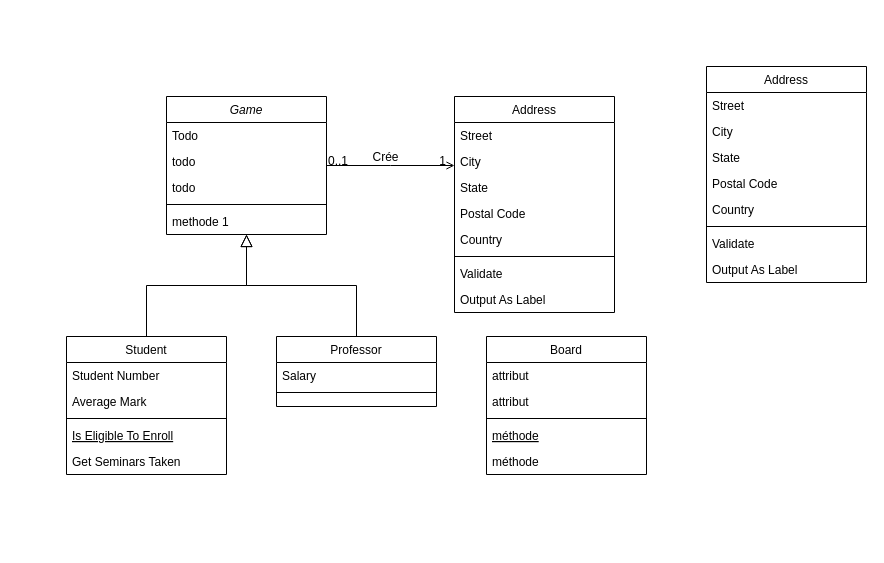
The draw.io diagram Space-game.drawio in SolennPenarroya/Space-game-project, before the edit. Source tidied: cells renumbered, new cells numbered last; positions are measured from the earlier drawing's top-left corner, leaving out a move shared by most shapes. Both pictures are drawn from the tidied source at 100%, with x=0, y=0 at pixel (66, 66).
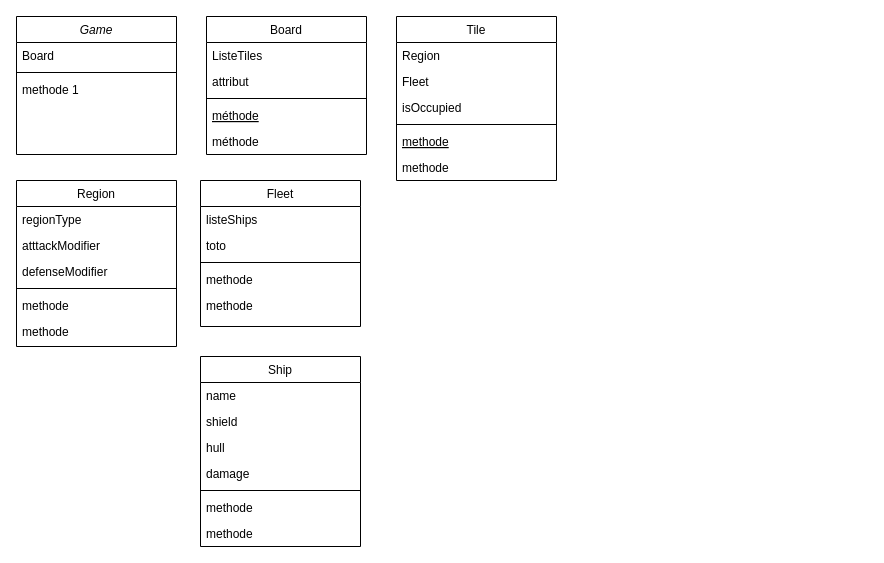
After the change.

Commit message (it also covers changes not shown here):
Mettre à jour Space-game.drawio

What changed in the source:
```diff
@@
     <mxCell id="2" value="Game" style="swimlane;fontStyle=2;align=center;verticalAlign=top;horizontal=1;startSize=26;rounded=0;shadow=0;strokeWidth=1;" parent="1" vertex="1">
-      <mxGeometry x="100" y="30" width="160" height="138" as="geometry" />
+      <mxGeometry x="-50" y="-50" width="160" height="138" as="geometry" />
     </mxCell>
-    <mxCell id="3" value="Todo" style="text;align=left;verticalAlign=top;spacingLeft=4;spacingRight=4;overflow=hidden;" parent="2" vertex="1">
+    <mxCell id="3" value="Board" style="text;align=left;verticalAlign=top;spacingLeft=4;spacingRight=4;overflow=hidden;" parent="2" vertex="1">
       <mxGeometry y="26" width="160" height="26" as="geometry" />
     </mxCell>
-    <mxCell id="4" value="todo" style="text;align=left;verticalAlign=top;spacingLeft=4;spacingRight=4;overflow=hidden;rounded=0;shadow=0;html=0;" parent="2" vertex="1">
-      <mxGeometry y="52" width="160" height="26" as="geometry" />
-    </mxCell>
-    <mxCell id="5" value="todo" style="text;align=left;verticalAlign=top;spacingLeft=4;spacingRight=4;overflow=hidden;rounded=0;shadow=0;html=0;" parent="2" vertex="1">
-      <mxGeometry y="78" width="160" height="26" as="geometry" />
-    </mxCell>
     <mxCell id="6" style="line;html=1;strokeWidth=1;align=left;verticalAlign=middle;spacingTop=-1;spacingLeft=3;spacingRight=3;labelPosition=right;" parent="2" vertex="1">
-      <mxGeometry y="104" width="160" height="8" as="geometry" />
+      <mxGeometry y="52" width="160" height="8" as="geometry" />
     </mxCell>
     <mxCell id="7" value="methode 1" style="text;align=left;verticalAlign=top;spacingLeft=4;spacingRight=4;overflow=hidden;" parent="2" vertex="1">
-      <mxGeometry y="112" width="160" height="26" as="geometry" />
+      <mxGeometry y="60" width="160" height="26" as="geometry" />
     </mxCell>
-    <mxCell id="8" value="Student" style="swimlane;fontStyle=0;align=center;verticalAlign=top;horizontal=1;startSize=26;rounded=0;shadow=0;strokeWidth=1;" parent="1" vertex="1">
-      <mxGeometry y="270" width="160" height="138" as="geometry" />
+    <mxCell id="8" value="Tile" style="swimlane;fontStyle=0;align=center;verticalAlign=top;horizontal=1;startSize=26;rounded=0;shadow=0;strokeWidth=1;" parent="1" vertex="1">
+      <mxGeometry x="330" y="-50" width="160" height="164" as="geometry" />
     </mxCell>
-    <mxCell id="9" value="Student Number" style="text;align=left;verticalAlign=top;spacingLeft=4;spacingRight=4;overflow=hidden;" parent="8" vertex="1">
+    <mxCell id="9" value="Region" style="text;align=left;verticalAlign=top;spacingLeft=4;spacingRight=4;overflow=hidden;" parent="8" vertex="1">
       <mxGeometry y="26" width="160" height="26" as="geometry" />
     </mxCell>
-    <mxCell id="10" value="Average Mark" style="text;align=left;verticalAlign=top;spacingLeft=4;spacingRight=4;overflow=hidden;rounded=0;shadow=0;html=0;" parent="8" vertex="1">
+    <mxCell id="10" value="Fleet" style="text;align=left;verticalAlign=top;spacingLeft=4;spacingRight=4;overflow=hidden;rounded=0;shadow=0;html=0;" parent="8" vertex="1">
       <mxGeometry y="52" width="160" height="26" as="geometry" />
     </mxCell>
+    <mxCell id="47" value="isOccupied" style="text;align=left;verticalAlign=top;spacingLeft=4;spacingRight=4;overflow=hidden;rounded=0;shadow=0;html=0;" parent="8" vertex="1">
+      <mxGeometry y="78" width="160" height="26" as="geometry" />
+    </mxCell>
     <mxCell id="11" style="line;html=1;strokeWidth=1;align=left;verticalAlign=middle;spacingTop=-1;spacingLeft=3;spacingRight=3;labelPosition=right;" parent="8" vertex="1">
-      <mxGeometry y="78" width="160" height="8" as="geometry" />
+      <mxGeometry y="104" width="160" height="8" as="geometry" />
     </mxCell>
-    <mxCell id="12" value="Is Eligible To Enroll" style="text;align=left;verticalAlign=top;spacingLeft=4;spacingRight=4;overflow=hidden;fontStyle=4;" parent="8" vertex="1">
-      <mxGeometry y="86" width="160" height="26" as="geometry" />
+    <mxCell id="12" value="methode" style="text;align=left;verticalAlign=top;spacingLeft=4;spacingRight=4;overflow=hidden;fontStyle=4;" parent="8" vertex="1">
+      <mxGeometry y="112" width="160" height="26" as="geometry" />
     </mxCell>
-    <mxCell id="13" value="Get Seminars Taken" style="text;align=left;verticalAlign=top;spacingLeft=4;spacingRight=4;overflow=hidden;" parent="8" vertex="1">
-      <mxGeometry y="112" width="160" height="26" as="geometry" />
+    <mxCell id="13" value="methode" style="text;align=left;verticalAlign=top;spacingLeft=4;spacingRight=4;overflow=hidden;" parent="8" vertex="1">
+      <mxGeometry y="138" width="160" height="26" as="geometry" />
     </mxCell>
-    <mxCell id="14" style="endArrow=block;endSize=10;endFill=0;shadow=0;strokeWidth=1;rounded=0;curved=0;edgeStyle=elbowEdgeStyle;elbow=vertical;" parent="1" edge="1" source="8" target="2">
-      <mxGeometry relative="1" as="geometry" />
-    </mxCell>
-    <mxCell id="15" value="Professor" style="swimlane;fontStyle=0;align=center;verticalAlign=top;horizontal=1;startSize=26;rounded=0;shadow=0;strokeWidth=1;" parent="1" vertex="1">
-      <mxGeometry x="210" y="270" width="160" height="70" as="geometry" />
-    </mxCell>
-    <mxCell id="16" value="Salary" style="text;align=left;verticalAlign=top;spacingLeft=4;spacingRight=4;overflow=hidden;" parent="15" vertex="1">
-      <mxGeometry y="26" width="160" height="26" as="geometry" />
-    </mxCell>
-    <mxCell id="17" style="line;html=1;strokeWidth=1;align=left;verticalAlign=middle;spacingTop=-1;spacingLeft=3;spacingRight=3;labelPosition=right;" parent="15" vertex="1">
-      <mxGeometry y="52" width="160" height="8" as="geometry" />
-    </mxCell>
-    <mxCell id="18" style="endArrow=block;endSize=10;endFill=0;shadow=0;strokeWidth=1;rounded=0;curved=0;edgeStyle=elbowEdgeStyle;elbow=vertical;" parent="1" edge="1" source="15" target="2">
-      <mxGeometry relative="1" as="geometry" />
-    </mxCell>
-    <mxCell id="19" value="Address" style="swimlane;fontStyle=0;align=center;verticalAlign=top;horizontal=1;startSize=26;rounded=0;shadow=0;strokeWidth=1;" parent="1" vertex="1">
-      <mxGeometry x="388" y="30" width="160" height="216" as="geometry" />
+    <mxCell id="19" value="Fleet" style="swimlane;fontStyle=0;align=center;verticalAlign=top;horizontal=1;startSize=26;rounded=0;shadow=0;strokeWidth=1;" parent="1" vertex="1">
+      <mxGeometry x="134" y="114" width="160" height="146" as="geometry" />
     </mxCell>
-    <mxCell id="20" value="Street" style="text;align=left;verticalAlign=top;spacingLeft=4;spacingRight=4;overflow=hidden;" parent="19" vertex="1">
+    <mxCell id="20" value="listeShips" style="text;align=left;verticalAlign=top;spacingLeft=4;spacingRight=4;overflow=hidden;" parent="19" vertex="1">
       <mxGeometry y="26" width="160" height="26" as="geometry" />
     </mxCell>
-    <mxCell id="21" value="City" style="text;align=left;verticalAlign=top;spacingLeft=4;spacingRight=4;overflow=hidden;rounded=0;shadow=0;html=0;" parent="19" vertex="1">
+    <mxCell id="21" value="toto" style="text;align=left;verticalAlign=top;spacingLeft=4;spacingRight=4;overflow=hidden;rounded=0;shadow=0;html=0;" parent="19" vertex="1">
       <mxGeometry y="52" width="160" height="26" as="geometry" />
     </mxCell>
-    <mxCell id="22" value="State" style="text;align=left;verticalAlign=top;spacingLeft=4;spacingRight=4;overflow=hidden;rounded=0;shadow=0;html=0;" parent="19" vertex="1">
-      <mxGeometry y="78" width="160" height="26" as="geometry" />
-    </mxCell>
-    <mxCell id="23" value="Postal Code" style="text;align=left;verticalAlign=top;spacingLeft=4;spacingRight=4;overflow=hidden;rounded=0;shadow=0;html=0;" parent="19" vertex="1">
-      <mxGeometry y="104" width="160" height="26" as="geometry" />
-    </mxCell>
-    <mxCell id="24" value="Country" style="text;align=left;verticalAlign=top;spacingLeft=4;spacingRight=4;overflow=hidden;rounded=0;shadow=0;html=0;" parent="19" vertex="1">
-      <mxGeometry y="130" width="160" height="26" as="geometry" />
-    </mxCell>
     <mxCell id="25" style="line;html=1;strokeWidth=1;align=left;verticalAlign=middle;spacingTop=-1;spacingLeft=3;spacingRight=3;labelPosition=right;" parent="19" vertex="1">
-      <mxGeometry y="156" width="160" height="8" as="geometry" />
+      <mxGeometry y="78" width="160" height="8" as="geometry" />
     </mxCell>
-    <mxCell id="26" value="Validate" style="text;align=left;verticalAlign=top;spacingLeft=4;spacingRight=4;overflow=hidden;" parent="19" vertex="1">
-      <mxGeometry y="164" width="160" height="26" as="geometry" />
+    <mxCell id="26" value="methode" style="text;align=left;verticalAlign=top;spacingLeft=4;spacingRight=4;overflow=hidden;" parent="19" vertex="1">
+      <mxGeometry y="86" width="160" height="26" as="geometry" />
     </mxCell>
-    <mxCell id="27" value="Output As Label" style="text;align=left;verticalAlign=top;spacingLeft=4;spacingRight=4;overflow=hidden;" parent="19" vertex="1">
-      <mxGeometry y="190" width="160" height="26" as="geometry" />
+    <mxCell id="27" value="methode" style="text;align=left;verticalAlign=top;spacingLeft=4;spacingRight=4;overflow=hidden;" parent="19" vertex="1">
+      <mxGeometry y="112" width="160" height="26" as="geometry" />
     </mxCell>
-    <mxCell id="28" style="endArrow=open;shadow=0;strokeWidth=1;rounded=0;curved=0;endFill=1;edgeStyle=elbowEdgeStyle;elbow=vertical;" parent="1" edge="1" source="2" target="19">
-      <mxGeometry x="0.5" y="41" relative="1" as="geometry">
-        <mxPoint x="-40" y="32" as="offset" />
-      </mxGeometry>
-    </mxCell>
-    <mxCell id="29" value="0..1" style="align=left;verticalAlign=bottom;labelBackgroundColor=none;fontSize=12;" parent="28" vertex="1">
-      <mxGeometry x="-1" relative="1" as="geometry">
-        <mxPoint y="4" as="offset" />
-      </mxGeometry>
-    </mxCell>
-    <mxCell id="30" value="1" style="align=right;verticalAlign=bottom;labelBackgroundColor=none;fontSize=12;" parent="28" vertex="1">
-      <mxGeometry x="1" relative="1" as="geometry">
-        <mxPoint x="-7" y="4" as="offset" />
-      </mxGeometry>
-    </mxCell>
-    <mxCell id="31" value="Crée" style="text;html=1;align=center;verticalAlign=middle;labelBackgroundColor=none;rounded=0;shadow=0;strokeWidth=1;fontSize=12;" parent="28" vertex="1">
-      <mxGeometry x="0.5" y="49" relative="1" as="geometry">
-        <mxPoint x="-38" y="40" as="offset" />
-      </mxGeometry>
-    </mxCell>
     <mxCell id="32" value="Board" style="swimlane;fontStyle=0;align=center;verticalAlign=top;horizontal=1;startSize=26;rounded=0;shadow=0;strokeWidth=1;" parent="1" vertex="1">
-      <mxGeometry x="420" y="270" width="160" height="138" as="geometry" />
+      <mxGeometry x="140" y="-50" width="160" height="138" as="geometry" />
     </mxCell>
-    <mxCell id="33" value="attribut" style="text;align=left;verticalAlign=top;spacingLeft=4;spacingRight=4;overflow=hidden;" parent="32" vertex="1">
+    <mxCell id="33" value="ListeTiles" style="text;align=left;verticalAlign=top;spacingLeft=4;spacingRight=4;overflow=hidden;" parent="32" vertex="1">
       <mxGeometry y="26" width="160" height="26" as="geometry" />
     </mxCell>
@@
-    <mxCell id="38" value="Address" style="swimlane;fontStyle=0;align=center;verticalAlign=top;horizontal=1;startSize=26;rounded=0;shadow=0;strokeWidth=1;" parent="1" vertex="1">
-      <mxGeometry x="640" width="160" height="216" as="geometry" />
+    <mxCell id="38" value="Region" style="swimlane;fontStyle=0;align=center;verticalAlign=top;horizontal=1;startSize=26;rounded=0;shadow=0;strokeWidth=1;" parent="1" vertex="1">
+      <mxGeometry x="-50" y="114" width="160" height="166" as="geometry" />
     </mxCell>
-    <mxCell id="39" value="Street" style="text;align=left;verticalAlign=top;spacingLeft=4;spacingRight=4;overflow=hidden;" parent="38" vertex="1">
+    <mxCell id="39" value="regionType" style="text;align=left;verticalAlign=top;spacingLeft=4;spacingRight=4;overflow=hidden;" parent="38" vertex="1">
       <mxGeometry y="26" width="160" height="26" as="geometry" />
     </mxCell>
-    <mxCell id="40" value="City" style="text;align=left;verticalAlign=top;spacingLeft=4;spacingRight=4;overflow=hidden;rounded=0;shadow=0;html=0;" parent="38" vertex="1">
+    <mxCell id="40" value="atttackModifier" style="text;align=left;verticalAlign=top;spacingLeft=4;spacingRight=4;overflow=hidden;rounded=0;shadow=0;html=0;" parent="38" vertex="1">
       <mxGeometry y="52" width="160" height="26" as="geometry" />
     </mxCell>
-    <mxCell id="41" value="State" style="text;align=left;verticalAlign=top;spacingLeft=4;spacingRight=4;overflow=hidden;rounded=0;shadow=0;html=0;" parent="38" vertex="1">
+    <mxCell id="41" value="defenseModifier" style="text;align=left;verticalAlign=top;spacingLeft=4;spacingRight=4;overflow=hidden;rounded=0;shadow=0;html=0;" parent="38" vertex="1">
       <mxGeometry y="78" width="160" height="26" as="geometry" />
     </mxCell>
-    <mxCell id="42" value="Postal Code" style="text;align=left;verticalAlign=top;spacingLeft=4;spacingRight=4;overflow=hidden;rounded=0;shadow=0;html=0;" parent="38" vertex="1">
-      <mxGeometry y="104" width="160" height="26" as="geometry" />
-    </mxCell>
-    <mxCell id="43" value="Country" style="text;align=left;verticalAlign=top;spacingLeft=4;spacingRight=4;overflow=hidden;rounded=0;shadow=0;html=0;" parent="38" vertex="1">
-      <mxGeometry y="130" width="160" height="26" as="geometry" />
-    </mxCell>
     <mxCell id="44" style="line;html=1;strokeWidth=1;align=left;verticalAlign=middle;spacingTop=-1;spacingLeft=3;spacingRight=3;labelPosition=right;" parent="38" vertex="1">
-      <mxGeometry y="156" width="160" height="8" as="geometry" />
+      <mxGeometry y="104" width="160" height="8" as="geometry" />
     </mxCell>
-    <mxCell id="45" value="Validate" style="text;align=left;verticalAlign=top;spacingLeft=4;spacingRight=4;overflow=hidden;" parent="38" vertex="1">
-      <mxGeometry y="164" width="160" height="26" as="geometry" />
+    <mxCell id="45" value="methode" style="text;align=left;verticalAlign=top;spacingLeft=4;spacingRight=4;overflow=hidden;" parent="38" vertex="1">
+      <mxGeometry y="112" width="160" height="26" as="geometry" />
     </mxCell>
-    <mxCell id="46" value="Output As Label" style="text;align=left;verticalAlign=top;spacingLeft=4;spacingRight=4;overflow=hidden;" parent="38" vertex="1">
-      <mxGeometry y="190" width="160" height="26" as="geometry" />
+    <mxCell id="46" value="methode" style="text;align=left;verticalAlign=top;spacingLeft=4;spacingRight=4;overflow=hidden;" parent="38" vertex="1">
+      <mxGeometry y="138" width="160" height="26" as="geometry" />
     </mxCell>
+    <mxCell id="48" value="Ship" style="swimlane;fontStyle=0;align=center;verticalAlign=top;horizontal=1;startSize=26;rounded=0;shadow=0;strokeWidth=1;" parent="1" vertex="1">
+      <mxGeometry x="134" y="290" width="160" height="190" as="geometry" />
+    </mxCell>
+    <mxCell id="49" value="name" style="text;align=left;verticalAlign=top;spacingLeft=4;spacingRight=4;overflow=hidden;" parent="48" vertex="1">
+      <mxGeometry y="26" width="160" height="26" as="geometry" />
+    </mxCell>
+    <mxCell id="50" value="shield" style="text;align=left;verticalAlign=top;spacingLeft=4;spacingRight=4;overflow=hidden;rounded=0;shadow=0;html=0;" parent="48" vertex="1">
+      <mxGeometry y="52" width="160" height="26" as="geometry" />
+    </mxCell>
+    <mxCell id="51" value="hull" style="text;align=left;verticalAlign=top;spacingLeft=4;spacingRight=4;overflow=hidden;rounded=0;shadow=0;html=0;" parent="48" vertex="1">
+      <mxGeometry y="78" width="160" height="26" as="geometry" />
+    </mxCell>
+    <mxCell id="52" value="damage" style="text;align=left;verticalAlign=top;spacingLeft=4;spacingRight=4;overflow=hidden;rounded=0;shadow=0;html=0;" parent="48" vertex="1">
+      <mxGeometry y="104" width="160" height="26" as="geometry" />
+    </mxCell>
+    <mxCell id="53" style="line;html=1;strokeWidth=1;align=left;verticalAlign=middle;spacingTop=-1;spacingLeft=3;spacingRight=3;labelPosition=right;" parent="48" vertex="1">
+      <mxGeometry y="130" width="160" height="8" as="geometry" />
+    </mxCell>
+    <mxCell id="54" value="methode" style="text;align=left;verticalAlign=top;spacingLeft=4;spacingRight=4;overflow=hidden;" parent="48" vertex="1">
+      <mxGeometry y="138" width="160" height="26" as="geometry" />
+    </mxCell>
+    <mxCell id="55" value="methode" style="text;align=left;verticalAlign=top;spacingLeft=4;spacingRight=4;overflow=hidden;" parent="48" vertex="1">
+      <mxGeometry y="164" width="160" height="26" as="geometry" />
+    </mxCell>
```
